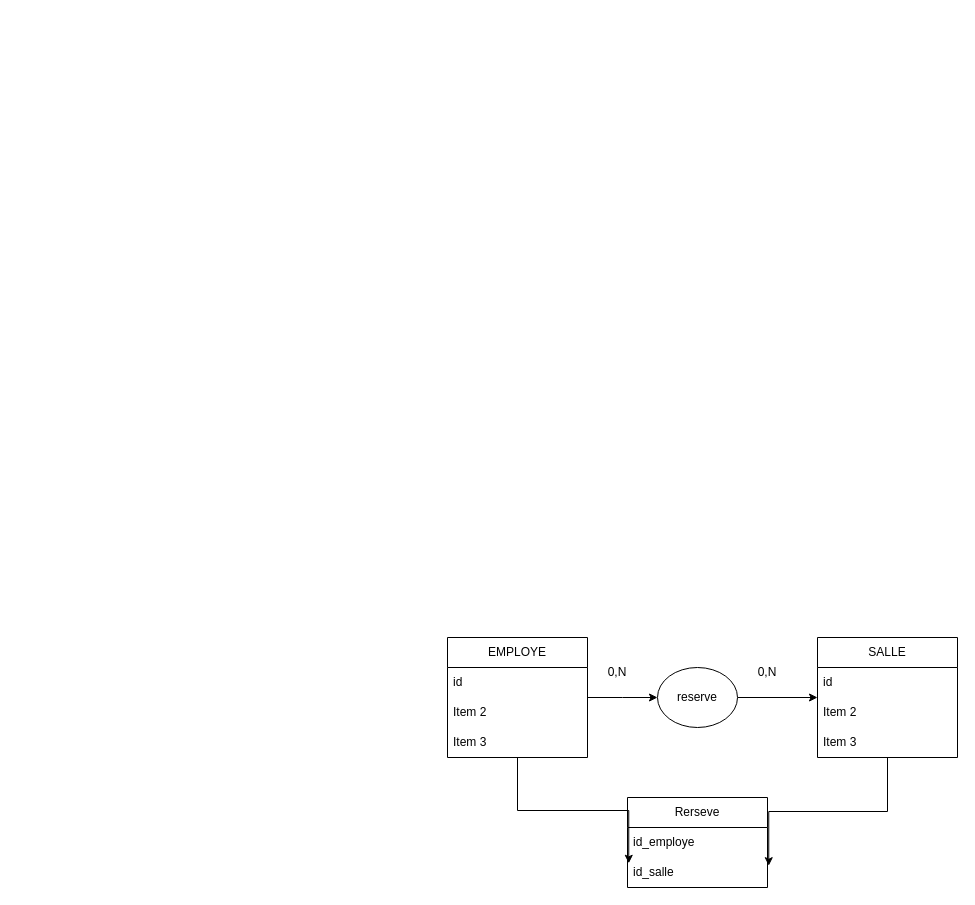
The draw.io diagram Adakaor_salle_reunion.drawio in gdiaby2403/repo1, before the edit. Source tidied: cells renumbered, new cells numbered last; positions are measured from the earlier drawing's top-left corner, leaving out a move shared by most shapes. Both pictures are drawn from the tidied source at 100%, with x=0, y=0 at pixel (447, 637).
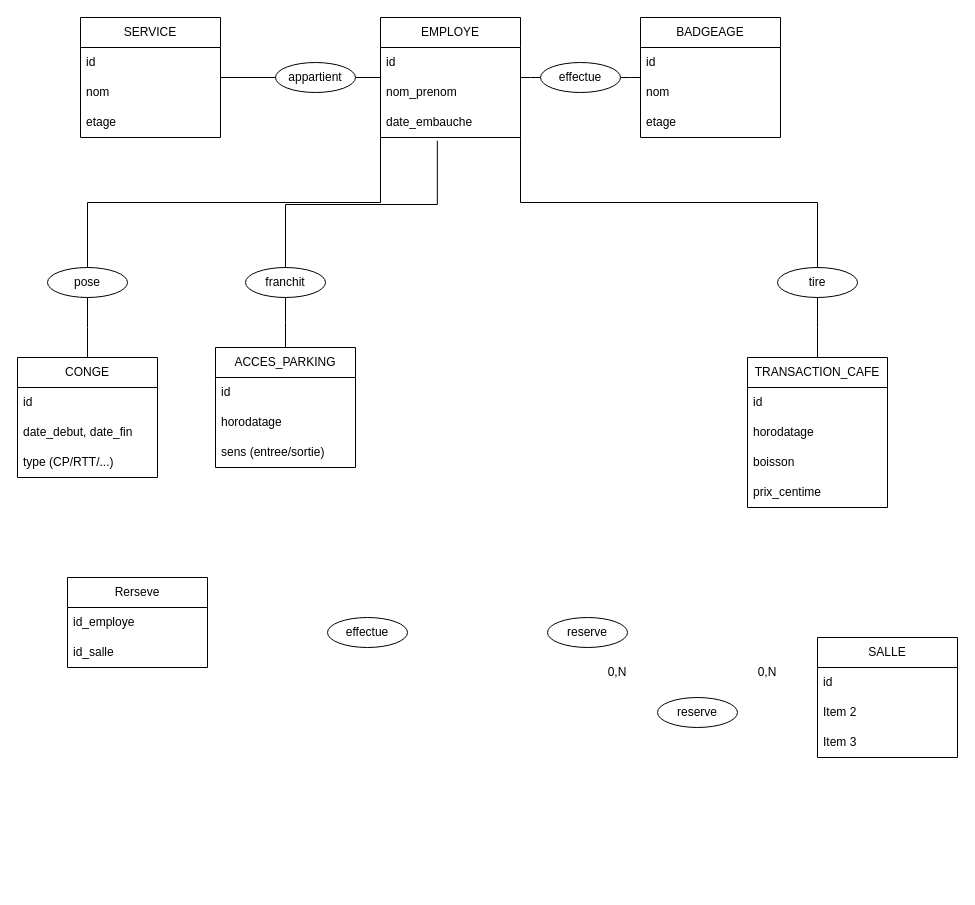
The same page after the edit.

Commit message:
Mettre à jour Adakaor_salle_reunion.drawio

Unchanged cells that the change refers to:
```xml
<mxCell id="2" value="SALLE" style="swimlane;fontStyle=0;horizontal=1;startSize=30;whiteSpace=wrap;html=1;" parent="1" vertex="1">
  <mxGeometry x="370" width="140" height="120" as="geometry" />
</mxCell>
<mxCell id="17" value="id_salle" style="text;strokeColor=none;fillColor=none;align=left;verticalAlign=middle;spacingLeft=4;spacingRight=4;overflow=hidden;points=[[0,0.5],[1,0.5]];portConstraint=eastwest;whiteSpace=wrap;html=1;" parent="15" vertex="1">
  <mxGeometry y="60" width="140" height="30" as="geometry" />
</mxCell>
```

Change to the diagram source:
```diff
@@
-    <mxCell id="6" style="edgeStyle=elbowEdgeStyle;shape=wire;rounded=0;jettySize=auto;elbow=vertical;html=1;exitX=1;exitY=0.5;exitDx=0;exitDy=0;dashed=1;" parent="1" edge="1" source="7" target="12">
-      <mxGeometry relative="1" as="geometry" />
-    </mxCell>
+    <mxCell id="20" style="edgeStyle=elbowEdgeStyle;shape=wire;rounded=0;jettySize=auto;elbow=vertical;html=1;exitX=1;exitY=0.5;exitDx=0;exitDy=0;entryX=0;entryY=0.5;entryDx=0;entryDy=0;dashed=1;endArrow=none;endFill=0;" parent="1" edge="1" source="7" target="26">
+      <mxGeometry relative="1" as="geometry" />
+    </mxCell>
+    <mxCell id="21" style="edgeStyle=elbowEdgeStyle;shape=wire;rounded=0;jettySize=auto;elbow=vertical;html=1;exitX=0;exitY=1;exitDx=0;exitDy=0;entryX=0.5;entryY=0;entryDx=0;entryDy=0;dashed=1;endArrow=none;endFill=0;" parent="1" edge="1" source="7" target="32">
+      <mxGeometry relative="1" as="geometry" />
+    </mxCell>
+    <mxCell id="22" style="edgeStyle=elbowEdgeStyle;shape=wire;rounded=0;jettySize=auto;elbow=vertical;html=1;exitX=1;exitY=1;exitDx=0;exitDy=0;entryX=0.5;entryY=0;entryDx=0;entryDy=0;dashed=1;endArrow=none;endFill=0;" parent="1" edge="1" source="7" target="27">
+      <mxGeometry relative="1" as="geometry" />
+    </mxCell>
     <mxCell id="7" value="EMPLOYE" style="swimlane;fontStyle=0;horizontal=1;startSize=30;whiteSpace=wrap;html=1;" parent="1" vertex="1">
-      <mxGeometry width="140" height="120" as="geometry" />
+      <mxGeometry x="-67" y="-620" width="140" height="120" as="geometry" />
     </mxCell>
@@
-    <mxCell id="9" value="Item 2" style="text;strokeColor=none;fillColor=none;align=left;verticalAlign=middle;spacingLeft=4;spacingRight=4;overflow=hidden;whiteSpace=wrap;html=1;" parent="7" vertex="1">
+    <mxCell id="9" value="nom_prenom" style="text;strokeColor=none;fillColor=none;align=left;verticalAlign=middle;spacingLeft=4;spacingRight=4;overflow=hidden;whiteSpace=wrap;html=1;" parent="7" vertex="1">
       <mxGeometry y="60" width="140" height="30" as="geometry" />
     </mxCell>
-    <mxCell id="10" value="Item 3" style="text;strokeColor=none;fillColor=none;align=left;verticalAlign=middle;spacingLeft=4;spacingRight=4;overflow=hidden;points=[[0,0.5],[1,0.5]];portConstraint=eastwest;whiteSpace=wrap;html=1;" parent="7" vertex="1">
+    <mxCell id="10" value="date_embauche" style="text;strokeColor=none;fillColor=none;align=left;verticalAlign=middle;spacingLeft=4;spacingRight=4;overflow=hidden;points=[[0,0.5],[1,0.5]];portConstraint=eastwest;whiteSpace=wrap;html=1;" parent="7" vertex="1">
       <mxGeometry y="90" width="140" height="30" as="geometry" />
     </mxCell>
-    <mxCell id="11" style="edgeStyle=elbowEdgeStyle;shape=wire;rounded=0;jettySize=auto;elbow=vertical;html=1;exitX=1;exitY=0.5;exitDx=0;exitDy=0;entryX=0;entryY=0.5;entryDx=0;entryDy=0;dashed=1;" parent="1" edge="1" source="12" target="2">
-      <mxGeometry relative="1" as="geometry" />
-    </mxCell>
     <mxCell id="12" value="reserve" style="ellipse;whiteSpace=wrap;html=1;shapeInside=1;" parent="1" vertex="1">
-      <mxGeometry x="210" y="30" width="80" height="60" as="geometry" />
+      <mxGeometry x="210" y="60" width="80" height="30" as="geometry" />
     </mxCell>
@@
     <mxCell id="15" value="Rerseve" style="swimlane;fontStyle=0;horizontal=1;startSize=30;whiteSpace=wrap;html=1;" parent="1" vertex="1">
-      <mxGeometry x="180" y="160" width="140" height="90" as="geometry" />
+      <mxGeometry x="-380" y="-60" width="140" height="90" as="geometry" />
     </mxCell>
@@
-    <mxCell id="18" style="edgeStyle=elbowEdgeStyle;shape=wire;rounded=0;jettySize=auto;elbow=vertical;html=1;exitX=0.5;exitY=1;exitDx=0;exitDy=0;entryX=0.009;entryY=0.193;entryDx=0;entryDy=0;entryPerimeter=0;dashed=1;" parent="1" edge="1" source="7" target="17">
-      <mxGeometry relative="1" as="geometry" />
-    </mxCell>
-    <mxCell id="19" style="edgeStyle=elbowEdgeStyle;shape=wire;rounded=0;jettySize=auto;elbow=vertical;html=1;exitX=0.5;exitY=1;exitDx=0;exitDy=0;entryX=1.009;entryY=0.273;entryDx=0;entryDy=0;entryPerimeter=0;dashed=1;" parent="1" edge="1" source="2" target="17">
-      <mxGeometry relative="1" as="geometry" />
-    </mxCell>
+    <mxCell id="23" style="edgeStyle=elbowEdgeStyle;shape=wire;rounded=0;jettySize=auto;elbow=vertical;html=1;exitX=1;exitY=0.5;exitDx=0;exitDy=0;entryX=0;entryY=0.5;entryDx=0;entryDy=0;dashed=1;endArrow=none;endFill=0;" parent="1" edge="1" source="24" target="7">
+      <mxGeometry relative="1" as="geometry" />
+    </mxCell>
+    <mxCell id="24" value="appartient" style="ellipse;whiteSpace=wrap;html=1;shapeInside=1;" parent="1" vertex="1">
+      <mxGeometry x="-172" y="-575" width="80" height="30" as="geometry" />
+    </mxCell>
+    <mxCell id="25" style="edgeStyle=elbowEdgeStyle;shape=wire;rounded=0;jettySize=auto;elbow=vertical;html=1;exitX=1;exitY=0.5;exitDx=0;exitDy=0;entryX=0;entryY=0.5;entryDx=0;entryDy=0;dashed=1;endArrow=none;endFill=0;" parent="1" edge="1" source="26" target="39">
+      <mxGeometry relative="1" as="geometry" />
+    </mxCell>
+    <mxCell id="26" value="effectue" style="ellipse;whiteSpace=wrap;html=1;shapeInside=1;" parent="1" vertex="1">
+      <mxGeometry x="93" y="-575" width="80" height="30" as="geometry" />
+    </mxCell>
+    <mxCell id="27" value="tire" style="ellipse;whiteSpace=wrap;html=1;shapeInside=1;" parent="1" vertex="1">
+      <mxGeometry x="330" y="-370" width="80" height="30" as="geometry" />
+    </mxCell>
+    <mxCell id="28" style="edgeStyle=elbowEdgeStyle;shape=wire;rounded=0;jettySize=auto;elbow=vertical;html=1;exitX=0.5;exitY=1;exitDx=0;exitDy=0;entryX=0.5;entryY=0;entryDx=0;entryDy=0;dashed=1;endArrow=none;endFill=0;" parent="1" edge="1" source="29" target="54">
+      <mxGeometry relative="1" as="geometry" />
+    </mxCell>
+    <mxCell id="29" value="franchit" style="ellipse;whiteSpace=wrap;html=1;shapeInside=1;" parent="1" vertex="1">
+      <mxGeometry x="-202" y="-370" width="80" height="30" as="geometry" />
+    </mxCell>
+    <mxCell id="30" value="reserve" style="ellipse;whiteSpace=wrap;html=1;shapeInside=1;" parent="1" vertex="1">
+      <mxGeometry x="100" y="-20" width="80" height="30" as="geometry" />
+    </mxCell>
+    <mxCell id="31" style="edgeStyle=elbowEdgeStyle;shape=wire;rounded=0;jettySize=auto;elbow=vertical;html=1;exitX=0.5;exitY=1;exitDx=0;exitDy=0;entryX=0.5;entryY=0;entryDx=0;entryDy=0;dashed=1;endArrow=none;endFill=0;" parent="1" edge="1" source="32" target="50">
+      <mxGeometry relative="1" as="geometry" />
+    </mxCell>
+    <mxCell id="32" value="pose" style="ellipse;whiteSpace=wrap;html=1;shapeInside=1;" parent="1" vertex="1">
+      <mxGeometry x="-400" y="-370" width="80" height="30" as="geometry" />
+    </mxCell>
+    <mxCell id="33" style="edgeStyle=orthogonalEdgeStyle;shape=wire;rounded=0;orthogonalLoop=1;jettySize=auto;elbow=vertical;html=1;innerLoopWaypoints=1;exitX=0.5;exitY=1;exitDx=0;exitDy=0;dashed=1;entryX=0.5;entryY=1;entryDx=0;entryDy=0;" parent="1" edge="1" source="24" target="24">
+      <mxGeometry relative="1" as="geometry" />
+    </mxCell>
+    <mxCell id="34" style="edgeStyle=elbowEdgeStyle;shape=wire;rounded=0;jettySize=auto;elbow=vertical;html=1;exitX=1;exitY=0.5;exitDx=0;exitDy=0;entryX=0;entryY=0.5;entryDx=0;entryDy=0;dashed=1;endArrow=none;endFill=0;" parent="1" edge="1" source="35" target="24">
+      <mxGeometry relative="1" as="geometry" />
+    </mxCell>
+    <mxCell id="35" value="SERVICE" style="swimlane;fontStyle=0;horizontal=1;startSize=30;whiteSpace=wrap;html=1;" parent="1" vertex="1">
+      <mxGeometry x="-367" y="-620" width="140" height="120" as="geometry" />
+    </mxCell>
+    <mxCell id="36" value="id" style="text;strokeColor=none;fillColor=none;align=left;verticalAlign=middle;spacingLeft=4;spacingRight=4;overflow=hidden;whiteSpace=wrap;html=1;" parent="35" vertex="1">
+      <mxGeometry y="30" width="140" height="30" as="geometry" />
+    </mxCell>
+    <mxCell id="37" value="nom" style="text;strokeColor=none;fillColor=none;align=left;verticalAlign=middle;spacingLeft=4;spacingRight=4;overflow=hidden;whiteSpace=wrap;html=1;" parent="35" vertex="1">
+      <mxGeometry y="60" width="140" height="30" as="geometry" />
+    </mxCell>
+    <mxCell id="38" value="etage" style="text;strokeColor=none;fillColor=none;align=left;verticalAlign=middle;spacingLeft=4;spacingRight=4;overflow=hidden;whiteSpace=wrap;html=1;" parent="35" vertex="1">
+      <mxGeometry y="90" width="140" height="30" as="geometry" />
+    </mxCell>
+    <mxCell id="39" value="BADGEAGE" style="swimlane;fontStyle=0;horizontal=1;startSize=30;whiteSpace=wrap;html=1;" parent="1" vertex="1">
+      <mxGeometry x="193" y="-620" width="140" height="120" as="geometry" />
+    </mxCell>
+    <mxCell id="40" value="id" style="text;strokeColor=none;fillColor=none;align=left;verticalAlign=middle;spacingLeft=4;spacingRight=4;overflow=hidden;whiteSpace=wrap;html=1;" parent="39" vertex="1">
+      <mxGeometry y="30" width="140" height="30" as="geometry" />
+    </mxCell>
+    <mxCell id="41" value="nom" style="text;strokeColor=none;fillColor=none;align=left;verticalAlign=middle;spacingLeft=4;spacingRight=4;overflow=hidden;whiteSpace=wrap;html=1;" parent="39" vertex="1">
+      <mxGeometry y="60" width="140" height="30" as="geometry" />
+    </mxCell>
+    <mxCell id="42" value="etage" style="text;strokeColor=none;fillColor=none;align=left;verticalAlign=middle;spacingLeft=4;spacingRight=4;overflow=hidden;whiteSpace=wrap;html=1;" parent="39" vertex="1">
+      <mxGeometry y="90" width="140" height="30" as="geometry" />
+    </mxCell>
+    <mxCell id="43" style="edgeStyle=elbowEdgeStyle;shape=wire;rounded=0;jettySize=auto;elbow=vertical;html=1;exitX=0.5;exitY=0;exitDx=0;exitDy=0;entryX=0.5;entryY=1;entryDx=0;entryDy=0;dashed=1;endArrow=none;endFill=0;" parent="1" edge="1" source="44" target="27">
+      <mxGeometry relative="1" as="geometry" />
+    </mxCell>
+    <mxCell id="44" value="TRANSACTION_CAFE" style="swimlane;fontStyle=0;horizontal=1;startSize=30;whiteSpace=wrap;html=1;" parent="1" vertex="1">
+      <mxGeometry x="300" y="-280" width="140" height="150" as="geometry" />
+    </mxCell>
+    <mxCell id="45" value="id" style="text;strokeColor=none;fillColor=none;align=left;verticalAlign=middle;spacingLeft=4;spacingRight=4;overflow=hidden;whiteSpace=wrap;html=1;" parent="44" vertex="1">
+      <mxGeometry y="30" width="140" height="30" as="geometry" />
+    </mxCell>
+    <mxCell id="46" value="horodatage" style="text;strokeColor=none;fillColor=none;align=left;verticalAlign=middle;spacingLeft=4;spacingRight=4;overflow=hidden;whiteSpace=wrap;html=1;" parent="44" vertex="1">
+      <mxGeometry y="60" width="140" height="30" as="geometry" />
+    </mxCell>
+    <mxCell id="47" value="boisson" style="text;strokeColor=none;fillColor=none;align=left;verticalAlign=middle;spacingLeft=4;spacingRight=4;overflow=hidden;whiteSpace=wrap;html=1;" parent="44" vertex="1">
+      <mxGeometry y="90" width="140" height="30" as="geometry" />
+    </mxCell>
+    <mxCell id="48" value="prix_centime" style="text;strokeColor=none;fillColor=none;align=left;verticalAlign=middle;spacingLeft=4;spacingRight=4;overflow=hidden;whiteSpace=wrap;html=1;" parent="44" vertex="1">
+      <mxGeometry y="120" width="140" height="30" as="geometry" />
+    </mxCell>
+    <mxCell id="49" value="effectue" style="ellipse;whiteSpace=wrap;html=1;shapeInside=1;" parent="1" vertex="1">
+      <mxGeometry x="-120" y="-20" width="80" height="30" as="geometry" />
+    </mxCell>
+    <mxCell id="50" value="CONGE" style="swimlane;fontStyle=0;horizontal=1;startSize=30;whiteSpace=wrap;html=1;" parent="1" vertex="1">
+      <mxGeometry x="-430" y="-280" width="140" height="120" as="geometry" />
+    </mxCell>
+    <mxCell id="51" value="id" style="text;strokeColor=none;fillColor=none;align=left;verticalAlign=middle;spacingLeft=4;spacingRight=4;overflow=hidden;whiteSpace=wrap;html=1;" parent="50" vertex="1">
+      <mxGeometry y="30" width="140" height="30" as="geometry" />
+    </mxCell>
+    <mxCell id="52" value="date_debut, date_fin" style="text;strokeColor=none;fillColor=none;align=left;verticalAlign=middle;spacingLeft=4;spacingRight=4;overflow=hidden;whiteSpace=wrap;html=1;" parent="50" vertex="1">
+      <mxGeometry y="60" width="140" height="30" as="geometry" />
+    </mxCell>
+    <mxCell id="53" value="type (CP/RTT/...)" style="text;strokeColor=none;fillColor=none;align=left;verticalAlign=middle;spacingLeft=4;spacingRight=4;overflow=hidden;whiteSpace=wrap;html=1;" parent="50" vertex="1">
+      <mxGeometry y="90" width="140" height="30" as="geometry" />
+    </mxCell>
+    <mxCell id="54" value="ACCES_PARKING" style="swimlane;fontStyle=0;horizontal=1;startSize=30;whiteSpace=wrap;html=1;" parent="1" vertex="1">
+      <mxGeometry x="-232" y="-290" width="140" height="120" as="geometry" />
+    </mxCell>
+    <mxCell id="55" value="id" style="text;strokeColor=none;fillColor=none;align=left;verticalAlign=middle;spacingLeft=4;spacingRight=4;overflow=hidden;whiteSpace=wrap;html=1;" parent="54" vertex="1">
+      <mxGeometry y="30" width="140" height="30" as="geometry" />
+    </mxCell>
+    <mxCell id="56" value="horodatage" style="text;strokeColor=none;fillColor=none;align=left;verticalAlign=middle;spacingLeft=4;spacingRight=4;overflow=hidden;whiteSpace=wrap;html=1;" parent="54" vertex="1">
+      <mxGeometry y="60" width="140" height="30" as="geometry" />
+    </mxCell>
+    <mxCell id="57" value="sens (entree/sortie)" style="text;strokeColor=none;fillColor=none;align=left;verticalAlign=middle;spacingLeft=4;spacingRight=4;overflow=hidden;whiteSpace=wrap;html=1;" parent="54" vertex="1">
+      <mxGeometry y="90" width="140" height="30" as="geometry" />
+    </mxCell>
+    <mxCell id="58" style="edgeStyle=elbowEdgeStyle;shape=wire;rounded=0;jettySize=auto;elbow=vertical;html=1;exitX=0.5;exitY=0;exitDx=0;exitDy=0;entryX=0.406;entryY=1.107;entryDx=0;entryDy=0;entryPerimeter=0;dashed=1;endArrow=none;endFill=0;" parent="1" edge="1" source="29" target="10">
+      <mxGeometry relative="1" as="geometry" />
+    </mxCell>
```
